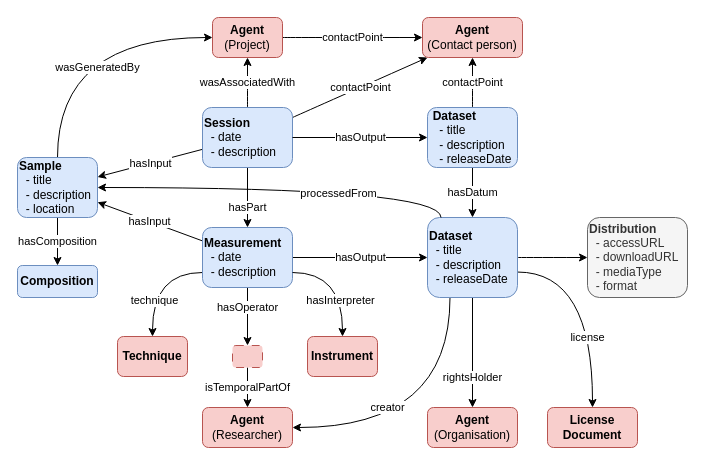
SINTEF/PhysMetDoc keeps this draw.io diagram as page "measurement" (1 of 2) of figs/measurement.drawio. Above is the earlier version. Source tidied: cells renumbered, new cells numbered last; positions are measured from the earlier drawing's top-left corner, leaving out a move shared by most shapes. Both pictures are drawn from the tidied source at 100%, with x=0, y=0 at pixel (17, 17).
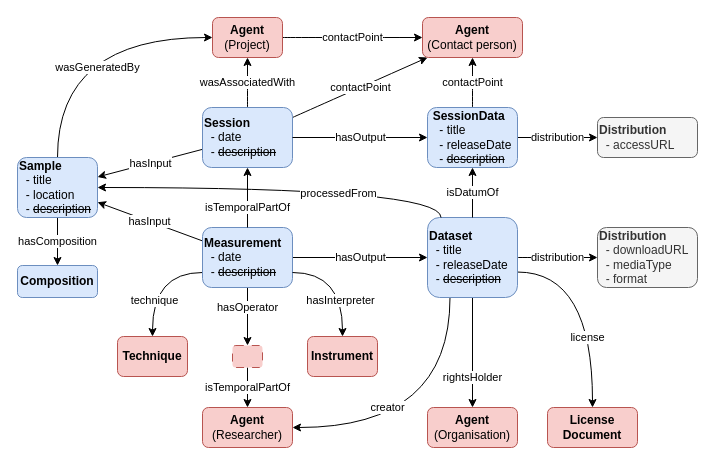
The same page after the edit.

Diff of the diagram source:
```diff
@@
-    <mxCell id="6" value="&lt;b&gt;Measurement&lt;/b&gt;&lt;div&gt;&amp;nbsp; - date&lt;/div&gt;&lt;div&gt;&amp;nbsp; - description&lt;/div&gt;" style="rounded=1;whiteSpace=wrap;html=1;roundedPerimeter=1;fillColor=#dae8fc;strokeColor=#6c8ebf;align=left;" parent="1" vertex="1">
+    <mxCell id="6" value="&lt;b&gt;Measurement&lt;/b&gt;&lt;div&gt;&amp;nbsp; - date&lt;/div&gt;&lt;div&gt;&amp;nbsp; - &lt;strike&gt;description&lt;/strike&gt;&lt;/div&gt;" style="rounded=1;whiteSpace=wrap;html=1;roundedPerimeter=1;fillColor=#dae8fc;strokeColor=#6c8ebf;align=left;" parent="1" vertex="1">
       <mxGeometry x="185" y="210" width="90" height="60" as="geometry" />
     </mxCell>
@@
-    <mxCell id="9" style="shape=connector;curved=1;rounded=0;curveGeometry=1;jettySize=auto;html=1;strokeColor=default;align=center;verticalAlign=middle;fontFamily=Helvetica;fontSize=11;fontColor=default;labelBackgroundColor=default;endArrow=classic;" parent="1" edge="1" source="11" target="33">
+    <mxCell id="9" value="distribution" style="shape=connector;curved=1;rounded=0;curveGeometry=1;jettySize=auto;html=1;strokeColor=default;align=center;verticalAlign=middle;fontFamily=Helvetica;fontSize=11;fontColor=default;labelBackgroundColor=default;endArrow=classic;" parent="1" edge="1" source="11" target="33">
       <mxGeometry relative="1" as="geometry" />
     </mxCell>
@@
-    <mxCell id="11" value="&lt;div style=&quot;&quot;&gt;&lt;b style=&quot;background-color: transparent; color: light-dark(rgb(0, 0, 0), rgb(255, 255, 255));&quot;&gt;Dataset&lt;/b&gt;&lt;/div&gt;&lt;div&gt;&amp;nbsp; - title&lt;/div&gt;&lt;div&gt;&amp;nbsp; - description&lt;/div&gt;&lt;div&gt;&amp;nbsp; - releaseDate&lt;/div&gt;" style="rounded=1;whiteSpace=wrap;html=1;roundedPerimeter=1;fillColor=#dae8fc;strokeColor=#6c8ebf;align=left;" parent="1" vertex="1">
+    <mxCell id="11" value="&lt;div style=&quot;&quot;&gt;&lt;b style=&quot;background-color: transparent; color: light-dark(rgb(0, 0, 0), rgb(255, 255, 255));&quot;&gt;Dataset&lt;/b&gt;&lt;/div&gt;&lt;div&gt;&amp;nbsp; - title&lt;/div&gt;&amp;nbsp; - releaseDate&lt;div&gt;&amp;nbsp; - &lt;strike&gt;description&lt;/strike&gt;&lt;/div&gt;" style="rounded=1;whiteSpace=wrap;html=1;roundedPerimeter=1;fillColor=#dae8fc;strokeColor=#6c8ebf;align=left;" parent="1" vertex="1">
       <mxGeometry x="410" y="200" width="90" height="80" as="geometry" />
     </mxCell>
-    <mxCell id="12" value="hasPart" style="edgeStyle=orthogonalEdgeStyle;rounded=0;jettySize=auto;html=1;" parent="1" edge="1" source="16" target="6">
-      <mxGeometry x="0.33" relative="1" as="geometry" />
+    <mxCell id="12" value="isTemporalPartOf" style="rounded=0;jettySize=auto;html=1;" parent="1" edge="1" source="6" target="16">
+      <mxGeometry x="-0.33" relative="1" as="geometry" />
     </mxCell>
@@
-    <mxCell id="16" value="&lt;b&gt;Session&lt;/b&gt;&lt;div&gt;&amp;nbsp; - date&lt;/div&gt;&lt;div&gt;&amp;nbsp; - description&lt;/div&gt;" style="rounded=1;whiteSpace=wrap;html=1;roundedPerimeter=1;fillColor=#dae8fc;strokeColor=#6c8ebf;align=left;" parent="1" vertex="1">
+    <mxCell id="16" value="&lt;b&gt;Session&lt;/b&gt;&lt;div&gt;&amp;nbsp; - date&lt;/div&gt;&lt;div&gt;&amp;nbsp; - &lt;strike&gt;description&lt;/strike&gt;&lt;/div&gt;" style="rounded=1;whiteSpace=wrap;html=1;roundedPerimeter=1;fillColor=#dae8fc;strokeColor=#6c8ebf;align=left;" parent="1" vertex="1">
       <mxGeometry x="185" y="90" width="90" height="60" as="geometry" />
     </mxCell>
@@
-    <mxCell id="18" value="hasDatum" style="edgeStyle=orthogonalEdgeStyle;rounded=0;jettySize=auto;html=1;" parent="1" edge="1" source="20" target="11">
+    <mxCell id="18" value="isDatumOf" style="rounded=0;jettySize=auto;html=1;" parent="1" edge="1" source="11" target="20">
       <mxGeometry relative="1" as="geometry" />
     </mxCell>
@@
+    <mxCell id="39" value="distribution" style="edgeStyle=none;rounded=0;jettySize=auto;html=1;" parent="1" edge="1" source="20" target="40">
+      <mxGeometry relative="1" as="geometry" />
+    </mxCell>
-    <mxCell id="20" value="&lt;div style=&quot;text-align: left;&quot;&gt;&lt;b style=&quot;background-color: transparent; color: light-dark(rgb(0, 0, 0), rgb(255, 255, 255));&quot;&gt;Dataset&lt;/b&gt;&lt;/div&gt;&lt;div style=&quot;text-align: left;&quot;&gt;&amp;nbsp; - title&lt;/div&gt;&lt;div style=&quot;text-align: left;&quot;&gt;&amp;nbsp; - description&lt;/div&gt;&lt;div style=&quot;text-align: left;&quot;&gt;&amp;nbsp; - releaseDate&lt;/div&gt;" style="rounded=1;whiteSpace=wrap;html=1;roundedPerimeter=1;fillColor=#dae8fc;strokeColor=#6c8ebf;" parent="1" vertex="1">
+    <mxCell id="20" value="&lt;div style=&quot;text-align: left;&quot;&gt;&lt;b style=&quot;background-color: transparent; color: light-dark(rgb(0, 0, 0), rgb(255, 255, 255));&quot;&gt;SessionData&lt;/b&gt;&lt;/div&gt;&lt;div style=&quot;text-align: left;&quot;&gt;&amp;nbsp; - title&lt;/div&gt;&lt;div style=&quot;text-align: left;&quot;&gt;&amp;nbsp; - releaseDate&lt;br&gt;&lt;/div&gt;&lt;div style=&quot;text-align: left;&quot;&gt;&amp;nbsp; - &lt;strike&gt;description&lt;/strike&gt;&lt;/div&gt;" style="rounded=1;whiteSpace=wrap;html=1;roundedPerimeter=1;fillColor=#dae8fc;strokeColor=#6c8ebf;" parent="1" vertex="1">
       <mxGeometry x="410" y="90" width="90" height="60" as="geometry" />
     </mxCell>
@@
-    <mxCell id="23" value="&lt;b&gt;Sample&lt;/b&gt;&lt;div&gt;&amp;nbsp; - title&lt;/div&gt;&lt;div&gt;&amp;nbsp; - description&lt;/div&gt;&lt;div&gt;&amp;nbsp; - location&lt;/div&gt;" style="rounded=1;whiteSpace=wrap;html=1;roundedPerimeter=1;fillColor=#dae8fc;strokeColor=#6c8ebf;align=left;" parent="1" vertex="1">
+    <mxCell id="23" value="&lt;b&gt;Sample&lt;/b&gt;&lt;div&gt;&amp;nbsp; - title&lt;/div&gt;&lt;div&gt;&amp;nbsp; - location&lt;br&gt;&lt;/div&gt;&lt;div&gt;&amp;nbsp; - &lt;strike&gt;description&lt;/strike&gt;&lt;/div&gt;" style="rounded=1;whiteSpace=wrap;html=1;roundedPerimeter=1;fillColor=#dae8fc;strokeColor=#6c8ebf;align=left;" parent="1" vertex="1">
       <mxGeometry y="140" width="80" height="60" as="geometry" />
     </mxCell>
@@
-    <mxCell id="33" value="&lt;b&gt;Distribution&lt;/b&gt;&lt;div&gt;&amp;nbsp; - accessURL&lt;/div&gt;&lt;div&gt;&amp;nbsp; - downloadURL&lt;/div&gt;&lt;div&gt;&amp;nbsp; - mediaType&lt;/div&gt;&lt;div&gt;&amp;nbsp; - format&lt;/div&gt;" style="rounded=1;whiteSpace=wrap;html=1;roundedPerimeter=1;fillColor=#f5f5f5;strokeColor=#666666;fontColor=#333333;align=left;" parent="1" vertex="1">
-      <mxGeometry x="570" y="200" width="100" height="80" as="geometry" />
+    <mxCell id="33" value="&lt;b&gt;Distribution&lt;/b&gt;&lt;div&gt;&lt;span style=&quot;background-color: initial;&quot;&gt;&amp;nbsp; - downloadURL&lt;/span&gt;&lt;br&gt;&lt;/div&gt;&lt;div&gt;&amp;nbsp; - mediaType&lt;/div&gt;&lt;div&gt;&amp;nbsp; - format&lt;/div&gt;" style="rounded=1;whiteSpace=wrap;html=1;roundedPerimeter=1;fillColor=#f5f5f5;strokeColor=#666666;fontColor=#333333;align=left;" parent="1" vertex="1">
+      <mxGeometry x="580" y="210" width="100" height="60" as="geometry" />
     </mxCell>
@@
+    <mxCell id="40" value="&lt;b&gt;Distribution&lt;/b&gt;&lt;div&gt;&amp;nbsp; - accessURL&lt;/div&gt;" style="rounded=1;whiteSpace=wrap;html=1;roundedPerimeter=1;fillColor=#f5f5f5;strokeColor=#666666;fontColor=#333333;align=left;verticalAlign=middle;" parent="1" vertex="1">
+      <mxGeometry x="580" y="100" width="100" height="40" as="geometry" />
+    </mxCell>
```
